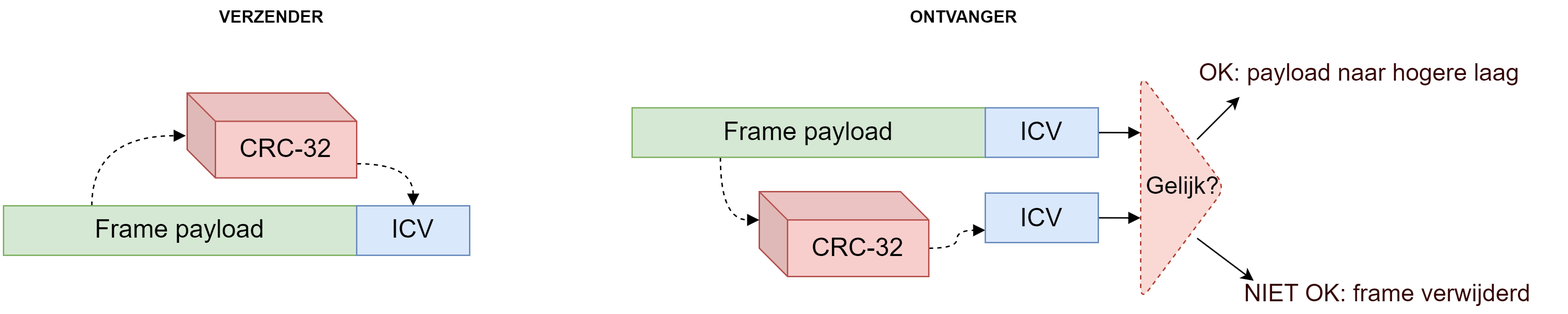
Earlier version of the draw.io export Manuscript/assets/wifi/crc.png (timdams/cyberboswachters_boek). Source tidied: cells renumbered, new cells last; positions are measured from the earlier drawing's top-left corner, leaving out a move shared by most shapes. Its diagram source:
```xml
<mxGraphModel>
  <root>
    <mxCell id="0" />
    <mxCell id="1" parent="0" />
    <mxCell id="2" style="edgeStyle=orthogonalEdgeStyle;curved=1;jettySize=auto;html=1;exitX=0;exitY=0;exitDx=120;exitDy=50;exitPerimeter=0;entryX=0.5;entryY=0;entryDx=0;entryDy=0;startArrow=none;startFill=0;endArrow=block;endFill=1;strokeWidth=1;fontSize=18;fontColor=#330000;align=left;dashed=1;" parent="1" edge="1" source="3" target="6">
      <mxGeometry relative="1" as="geometry" />
    </mxCell>
    <mxCell id="3" value="CRC-32" style="shape=cube;whiteSpace=wrap;html=1;boundedLbl=1;backgroundOutline=1;darkOpacity=0.05;darkOpacity2=0.1;rounded=1;strokeColor=#b85450;fillColor=#f8cecc;fontSize=18;align=center;strokeWidth=1;" parent="1" vertex="1">
      <mxGeometry x="130" y="63.3" width="120" height="60" as="geometry" />
    </mxCell>
    <mxCell id="4" style="edgeStyle=orthogonalEdgeStyle;jettySize=auto;html=1;exitX=0.25;exitY=0;exitDx=0;exitDy=0;entryX=-0.008;entryY=0.503;entryDx=0;entryDy=0;entryPerimeter=0;startArrow=none;startFill=0;endArrow=block;endFill=1;fontSize=18;fontColor=#330000;align=left;strokeWidth=1;curved=1;dashed=1;" parent="1" edge="1" source="5" target="3">
      <mxGeometry relative="1" as="geometry" />
    </mxCell>
    <mxCell id="5" value="Frame payload" style="rounded=0;whiteSpace=wrap;html=1;strokeColor=#82b366;fillColor=#d5e8d4;fontSize=18;align=center;" parent="1" vertex="1">
      <mxGeometry y="143" width="250" height="35" as="geometry" />
    </mxCell>
    <mxCell id="6" value="ICV" style="rounded=0;whiteSpace=wrap;html=1;strokeColor=#6c8ebf;fillColor=#dae8fc;fontSize=18;align=center;" parent="1" vertex="1">
      <mxGeometry x="250" y="143" width="80" height="35" as="geometry" />
    </mxCell>
    <mxCell id="7" value="&lt;b&gt;VERZENDER&lt;/b&gt;" style="text;html=1;strokeColor=none;fillColor=none;align=center;verticalAlign=middle;whiteSpace=wrap;rounded=0;" parent="1" vertex="1">
      <mxGeometry x="170" width="40" height="20" as="geometry" />
    </mxCell>
    <mxCell id="8" style="edgeStyle=orthogonalEdgeStyle;curved=1;jettySize=auto;html=1;exitX=0;exitY=0;exitDx=120;exitDy=40;exitPerimeter=0;entryX=0;entryY=0.75;entryDx=0;entryDy=0;dashed=1;startArrow=none;startFill=0;endArrow=block;endFill=1;strokeWidth=1;fontSize=17;fontColor=#330000;align=left;" parent="1" edge="1" source="9" target="16">
      <mxGeometry relative="1" as="geometry" />
    </mxCell>
    <mxCell id="9" value="CRC-32" style="shape=cube;whiteSpace=wrap;html=1;boundedLbl=1;backgroundOutline=1;darkOpacity=0.05;darkOpacity2=0.1;rounded=1;strokeColor=#b85450;fillColor=#f8cecc;fontSize=18;align=center;strokeWidth=1;" parent="1" vertex="1">
      <mxGeometry x="535" y="133" width="120" height="60" as="geometry" />
    </mxCell>
    <mxCell id="10" style="edgeStyle=orthogonalEdgeStyle;jettySize=auto;html=1;exitX=0.25;exitY=1;exitDx=0;exitDy=0;entryX=0;entryY=0;entryDx=0;entryDy=20;entryPerimeter=0;startArrow=none;startFill=0;endArrow=block;endFill=1;strokeWidth=1;fontSize=17;fontColor=#330000;align=left;curved=1;dashed=1;" parent="1" edge="1" source="11" target="9">
      <mxGeometry relative="1" as="geometry" />
    </mxCell>
    <mxCell id="11" value="Frame payload" style="rounded=0;whiteSpace=wrap;html=1;strokeColor=#82b366;fillColor=#d5e8d4;fontSize=18;align=center;" parent="1" vertex="1">
      <mxGeometry x="445" y="73.7" width="250" height="35" as="geometry" />
    </mxCell>
    <mxCell id="12" style="edgeStyle=orthogonalEdgeStyle;curved=1;jettySize=auto;html=1;exitX=1;exitY=0.5;exitDx=0;exitDy=0;startArrow=none;startFill=0;endArrow=block;endFill=1;strokeWidth=1;fontSize=17;fontColor=#330000;align=left;" parent="1" edge="1" source="13">
      <mxGeometry relative="1" as="geometry">
        <mxPoint x="805" y="91.4" as="targetPoint" />
      </mxGeometry>
    </mxCell>
    <mxCell id="13" value="ICV" style="rounded=0;whiteSpace=wrap;html=1;strokeColor=#6c8ebf;fillColor=#dae8fc;fontSize=18;align=center;" parent="1" vertex="1">
      <mxGeometry x="695" y="73.7" width="80" height="35" as="geometry" />
    </mxCell>
    <mxCell id="14" value="Gelijk?" style="triangle;whiteSpace=wrap;html=1;rounded=1;shadow=0;glass=0;dashed=1;sketch=0;strokeColor=#ae4132;strokeWidth=1;fillColor=#fad9d5;fontSize=17;align=center;" parent="1" vertex="1">
      <mxGeometry x="805" y="50" width="60" height="160" as="geometry" />
    </mxCell>
    <mxCell id="15" style="edgeStyle=orthogonalEdgeStyle;curved=1;jettySize=auto;html=1;exitX=1;exitY=0.5;exitDx=0;exitDy=0;startArrow=none;startFill=0;endArrow=block;endFill=1;strokeWidth=1;fontSize=17;fontColor=#330000;align=left;" parent="1" edge="1" source="16">
      <mxGeometry relative="1" as="geometry">
        <mxPoint x="805" y="151.4" as="targetPoint" />
      </mxGeometry>
    </mxCell>
    <mxCell id="16" value="ICV" style="rounded=0;whiteSpace=wrap;html=1;strokeColor=#6c8ebf;fillColor=#dae8fc;fontSize=18;align=center;" parent="1" vertex="1">
      <mxGeometry x="695" y="134" width="80" height="35" as="geometry" />
    </mxCell>
    <mxCell id="17" value="NIET OK: frame verwijderd" style="text;html=1;strokeColor=none;fillColor=none;align=center;verticalAlign=middle;whiteSpace=wrap;rounded=0;shadow=0;glass=0;dashed=1;sketch=0;fontSize=17;fontColor=#330000;" parent="1" vertex="1">
      <mxGeometry x="855" y="196" width="250" height="20" as="geometry" />
    </mxCell>
    <mxCell id="18" style="endArrow=classic;html=1;strokeWidth=1;fontSize=17;fontColor=#330000;align=left;" parent="1" edge="1">
      <mxGeometry relative="1" as="geometry">
        <mxPoint x="845" y="166" as="sourcePoint" />
        <mxPoint x="885" y="196" as="targetPoint" />
      </mxGeometry>
    </mxCell>
    <mxCell id="19" value="OK: payload naar hogere laag" style="text;html=1;strokeColor=none;fillColor=none;align=center;verticalAlign=middle;whiteSpace=wrap;rounded=0;shadow=0;glass=0;dashed=1;sketch=0;fontSize=17;fontColor=#330000;" parent="1" vertex="1">
      <mxGeometry x="835" y="40" width="250" height="20" as="geometry" />
    </mxCell>
    <mxCell id="20" style="endArrow=classic;html=1;strokeWidth=1;fontSize=17;fontColor=#330000;align=left;" parent="1" edge="1">
      <mxGeometry relative="1" as="geometry">
        <mxPoint x="845" y="96" as="sourcePoint" />
        <mxPoint x="875" y="66" as="targetPoint" />
      </mxGeometry>
    </mxCell>
    <mxCell id="21" value="&lt;b&gt;ONTVANGER&lt;/b&gt;" style="text;html=1;strokeColor=none;fillColor=none;align=center;verticalAlign=middle;whiteSpace=wrap;rounded=0;" parent="1" vertex="1">
      <mxGeometry x="660" width="40" height="20" as="geometry" />
    </mxCell>
  </root>
</mxGraphModel>
```
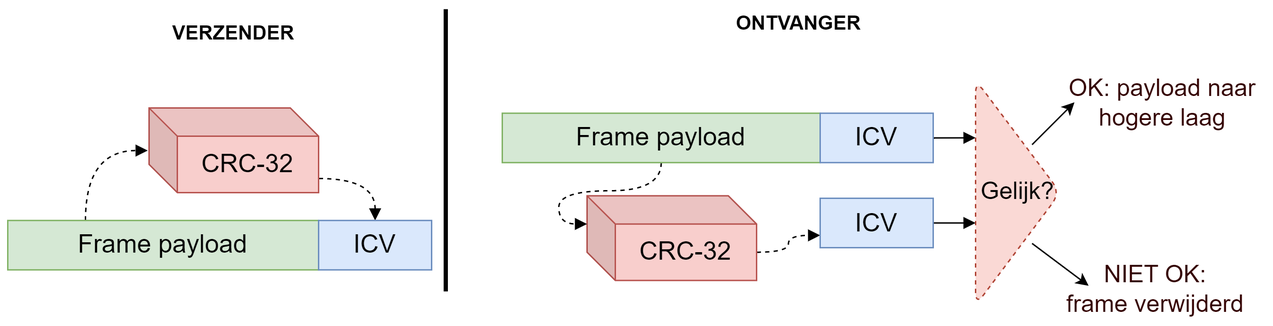
Later version of the same file.

The edit, as a diff of the source:
```diff
@@ -6,31 +6,31 @@
       <mxGeometry relative="1" as="geometry" />
     </mxCell>
     <mxCell id="3" value="CRC-32" style="shape=cube;whiteSpace=wrap;html=1;boundedLbl=1;backgroundOutline=1;darkOpacity=0.05;darkOpacity2=0.1;rounded=1;strokeColor=#b85450;fillColor=#f8cecc;fontSize=18;align=center;strokeWidth=1;" parent="1" vertex="1">
-      <mxGeometry x="130" y="63.3" width="120" height="60" as="geometry" />
+      <mxGeometry x="220" y="70" width="120" height="60" as="geometry" />
     </mxCell>
     <mxCell id="4" style="edgeStyle=orthogonalEdgeStyle;jettySize=auto;html=1;exitX=0.25;exitY=0;exitDx=0;exitDy=0;entryX=-0.008;entryY=0.503;entryDx=0;entryDy=0;entryPerimeter=0;startArrow=none;startFill=0;endArrow=block;endFill=1;fontSize=18;fontColor=#330000;align=left;strokeWidth=1;curved=1;dashed=1;" parent="1" edge="1" source="5" target="3">
       <mxGeometry relative="1" as="geometry" />
     </mxCell>
     <mxCell id="5" value="Frame payload" style="rounded=0;whiteSpace=wrap;html=1;strokeColor=#82b366;fillColor=#d5e8d4;fontSize=18;align=center;" parent="1" vertex="1">
-      <mxGeometry y="143" width="250" height="35" as="geometry" />
+      <mxGeometry x="120" y="149.7" width="220" height="35" as="geometry" />
     </mxCell>
     <mxCell id="6" value="ICV" style="rounded=0;whiteSpace=wrap;html=1;strokeColor=#6c8ebf;fillColor=#dae8fc;fontSize=18;align=center;" parent="1" vertex="1">
-      <mxGeometry x="250" y="143" width="80" height="35" as="geometry" />
+      <mxGeometry x="340" y="149.7" width="80" height="35" as="geometry" />
     </mxCell>
-    <mxCell id="7" value="&lt;b&gt;VERZENDER&lt;/b&gt;" style="text;html=1;strokeColor=none;fillColor=none;align=center;verticalAlign=middle;whiteSpace=wrap;rounded=0;" parent="1" vertex="1">
-      <mxGeometry x="170" width="40" height="20" as="geometry" />
+    <mxCell id="7" value="&lt;b style=&quot;font-size: 14px;&quot;&gt;VERZENDER&lt;/b&gt;" style="text;html=1;strokeColor=none;fillColor=none;align=center;verticalAlign=middle;whiteSpace=wrap;rounded=0;fontSize=14;" parent="1" vertex="1">
+      <mxGeometry x="260" y="6.7" width="40" height="20" as="geometry" />
     </mxCell>
     <mxCell id="8" style="edgeStyle=orthogonalEdgeStyle;curved=1;jettySize=auto;html=1;exitX=0;exitY=0;exitDx=120;exitDy=40;exitPerimeter=0;entryX=0;entryY=0.75;entryDx=0;entryDy=0;dashed=1;startArrow=none;startFill=0;endArrow=block;endFill=1;strokeWidth=1;fontSize=17;fontColor=#330000;align=left;" parent="1" edge="1" source="9" target="16">
       <mxGeometry relative="1" as="geometry" />
     </mxCell>
     <mxCell id="9" value="CRC-32" style="shape=cube;whiteSpace=wrap;html=1;boundedLbl=1;backgroundOutline=1;darkOpacity=0.05;darkOpacity2=0.1;rounded=1;strokeColor=#b85450;fillColor=#f8cecc;fontSize=18;align=center;strokeWidth=1;" parent="1" vertex="1">
-      <mxGeometry x="535" y="133" width="120" height="60" as="geometry" />
+      <mxGeometry x="530" y="132.2" width="120" height="60" as="geometry" />
     </mxCell>
-    <mxCell id="10" style="edgeStyle=orthogonalEdgeStyle;jettySize=auto;html=1;exitX=0.25;exitY=1;exitDx=0;exitDy=0;entryX=0;entryY=0;entryDx=0;entryDy=20;entryPerimeter=0;startArrow=none;startFill=0;endArrow=block;endFill=1;strokeWidth=1;fontSize=17;fontColor=#330000;align=left;curved=1;dashed=1;" parent="1" edge="1" source="11" target="9">
+    <mxCell id="10" style="edgeStyle=orthogonalEdgeStyle;jettySize=auto;html=1;entryX=0;entryY=0;entryDx=0;entryDy=20;entryPerimeter=0;startArrow=none;startFill=0;endArrow=block;endFill=1;strokeWidth=1;fontSize=17;fontColor=#330000;align=left;curved=1;dashed=1;" parent="1" edge="1" source="11" target="9">
       <mxGeometry relative="1" as="geometry" />
     </mxCell>
     <mxCell id="11" value="Frame payload" style="rounded=0;whiteSpace=wrap;html=1;strokeColor=#82b366;fillColor=#d5e8d4;fontSize=18;align=center;" parent="1" vertex="1">
-      <mxGeometry x="445" y="73.7" width="250" height="35" as="geometry" />
+      <mxGeometry x="470" y="73.7" width="225" height="35" as="geometry" />
     </mxCell>
     <mxCell id="12" style="edgeStyle=orthogonalEdgeStyle;curved=1;jettySize=auto;html=1;exitX=1;exitY=0.5;exitDx=0;exitDy=0;startArrow=none;startFill=0;endArrow=block;endFill=1;strokeWidth=1;fontSize=17;fontColor=#330000;align=left;" parent="1" edge="1" source="13">
       <mxGeometry relative="1" as="geometry">
@@ -51,8 +51,8 @@
     <mxCell id="16" value="ICV" style="rounded=0;whiteSpace=wrap;html=1;strokeColor=#6c8ebf;fillColor=#dae8fc;fontSize=18;align=center;" parent="1" vertex="1">
       <mxGeometry x="695" y="134" width="80" height="35" as="geometry" />
     </mxCell>
-    <mxCell id="17" value="NIET OK: frame verwijderd" style="text;html=1;strokeColor=none;fillColor=none;align=center;verticalAlign=middle;whiteSpace=wrap;rounded=0;shadow=0;glass=0;dashed=1;sketch=0;fontSize=17;fontColor=#330000;" parent="1" vertex="1">
-      <mxGeometry x="855" y="196" width="250" height="20" as="geometry" />
+    <mxCell id="17" value="NIET OK: &lt;br&gt;frame verwijderd" style="text;html=1;strokeColor=none;fillColor=none;align=center;verticalAlign=middle;whiteSpace=wrap;rounded=0;shadow=0;glass=0;dashed=1;sketch=0;fontSize=17;fontColor=#330000;" parent="1" vertex="1">
+      <mxGeometry x="860" y="189" width="145" height="20" as="geometry" />
     </mxCell>
     <mxCell id="18" style="endArrow=classic;html=1;strokeWidth=1;fontSize=17;fontColor=#330000;align=left;" parent="1" edge="1">
       <mxGeometry relative="1" as="geometry">
@@ -60,8 +60,8 @@
         <mxPoint x="885" y="196" as="targetPoint" />
       </mxGeometry>
     </mxCell>
-    <mxCell id="19" value="OK: payload naar hogere laag" style="text;html=1;strokeColor=none;fillColor=none;align=center;verticalAlign=middle;whiteSpace=wrap;rounded=0;shadow=0;glass=0;dashed=1;sketch=0;fontSize=17;fontColor=#330000;" parent="1" vertex="1">
-      <mxGeometry x="835" y="40" width="250" height="20" as="geometry" />
+    <mxCell id="19" value="OK: payload naar &lt;br&gt;hogere laag" style="text;html=1;strokeColor=none;fillColor=none;align=center;verticalAlign=middle;whiteSpace=wrap;rounded=0;shadow=0;glass=0;dashed=1;sketch=0;fontSize=17;fontColor=#330000;" parent="1" vertex="1">
+      <mxGeometry x="865" y="56.8" width="145" height="20" as="geometry" />
     </mxCell>
     <mxCell id="20" style="endArrow=classic;html=1;strokeWidth=1;fontSize=17;fontColor=#330000;align=left;" parent="1" edge="1">
       <mxGeometry relative="1" as="geometry">
@@ -69,8 +69,14 @@
         <mxPoint x="875" y="66" as="targetPoint" />
       </mxGeometry>
     </mxCell>
-    <mxCell id="21" value="&lt;b&gt;ONTVANGER&lt;/b&gt;" style="text;html=1;strokeColor=none;fillColor=none;align=center;verticalAlign=middle;whiteSpace=wrap;rounded=0;" parent="1" vertex="1">
+    <mxCell id="21" value="&lt;b style=&quot;font-size: 14px;&quot;&gt;ONTVANGER&lt;/b&gt;" style="text;html=1;strokeColor=none;fillColor=none;align=center;verticalAlign=middle;whiteSpace=wrap;rounded=0;fontSize=14;" parent="1" vertex="1">
       <mxGeometry x="660" width="40" height="20" as="geometry" />
     </mxCell>
+    <mxCell id="22" style="endArrow=none;html=1;rounded=0;fontFamily=Georgia;fontSize=23;strokeWidth=3;" parent="1" edge="1">
+      <mxGeometry relative="1" as="geometry">
+        <mxPoint x="430" y="200" as="sourcePoint" />
+        <mxPoint x="430" as="targetPoint" />
+      </mxGeometry>
+    </mxCell>
   </root>
 </mxGraphModel>
```
